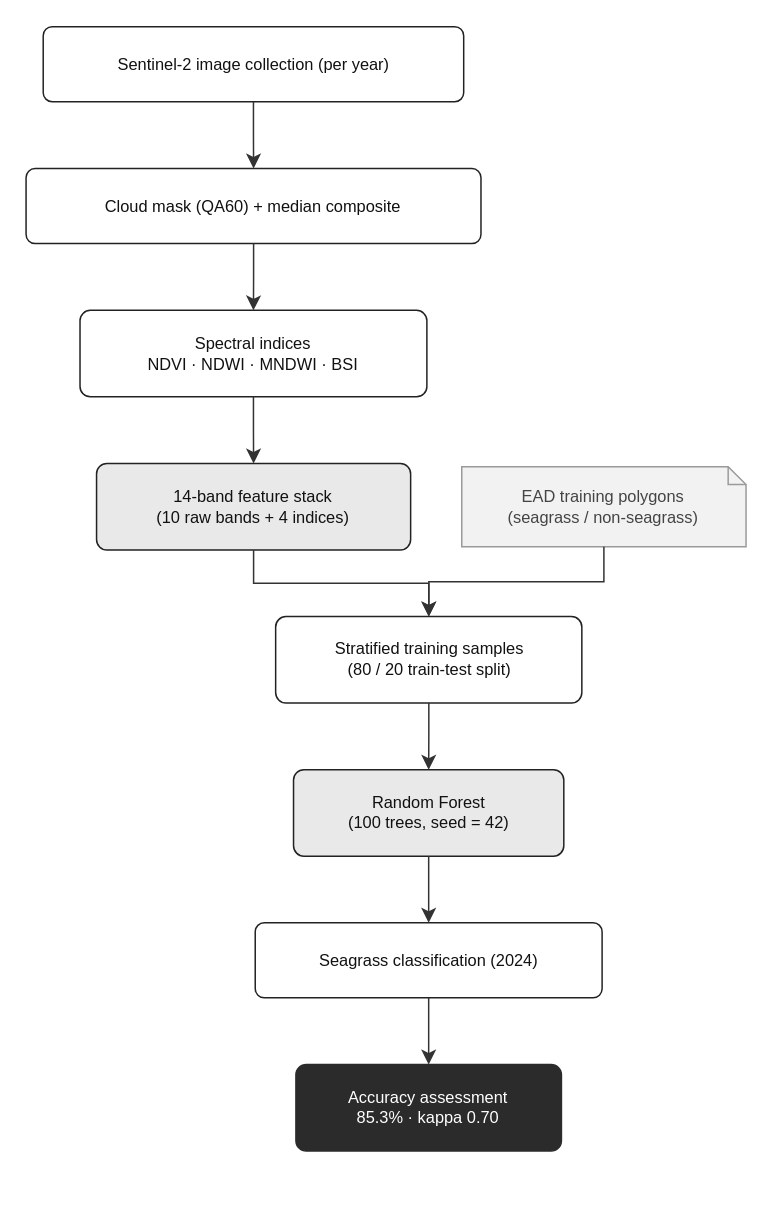
Before: diagrams/3_classification_workflow.drawio in AbdulkarimBisharah/dugong-uae, a draw.io diagram. Source tidied: cells renumbered, new cells numbered last; positions are measured from the earlier drawing's top-left corner, leaving out a move shared by most shapes. Both pictures are drawn from the tidied source at 149%, with x=0, y=0 at pixel (25, 25).
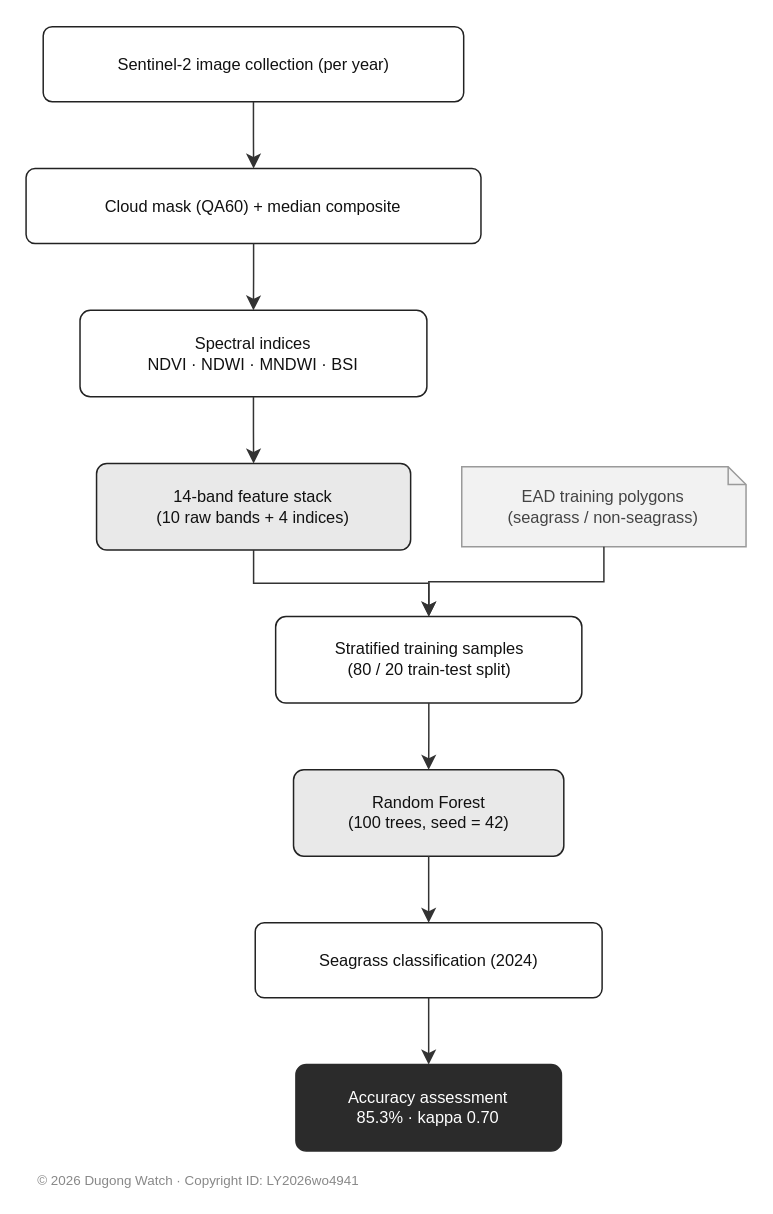
The same page after the edit.

Change to the diagram source:
```diff
@@
 <mxGraphModel>
   <root>
     <mxCell id="0" />
     <mxCell id="1" parent="0" />
     <mxCell id="2" value="Sentinel-2 image collection (per year)" style="rounded=1;arcSize=12;whiteSpace=wrap;html=1;fontFamily=Helvetica;fontSize=11;fontColor=#111111;fillColor=#ffffff;strokeColor=#222222;" parent="1" vertex="1">
       <mxGeometry x="11.5" y="0.4" width="282.2" height="50.4" as="geometry" />
     </mxCell>
     <mxCell id="3" value="Cloud mask (QA60) + median composite" style="rounded=1;arcSize=12;whiteSpace=wrap;html=1;fontFamily=Helvetica;fontSize=11;fontColor=#111111;fillColor=#ffffff;strokeColor=#222222;" parent="1" vertex="1">
       <mxGeometry y="95.6" width="305.3" height="50.4" as="geometry" />
     </mxCell>
     <mxCell id="4" value="Spectral indices&lt;br&gt;NDVI · NDWI · MNDWI · BSI" style="rounded=1;arcSize=12;whiteSpace=wrap;html=1;fontFamily=Helvetica;fontSize=11;fontColor=#111111;fillColor=#ffffff;strokeColor=#222222;" parent="1" vertex="1">
       <mxGeometry x="36.2" y="190.8" width="232.8" height="58" as="geometry" />
     </mxCell>
     <mxCell id="5" value="14-band feature stack&lt;br&gt;(10 raw bands + 4 indices)" style="rounded=1;arcSize=12;whiteSpace=wrap;html=1;fontFamily=Helvetica;fontSize=11;fontColor=#111111;fillColor=#e9e9e9;strokeColor=#222222;" parent="1" vertex="1">
       <mxGeometry x="47.3" y="293.6" width="210.8" height="58" as="geometry" />
     </mxCell>
     <mxCell id="6" value="EAD training polygons&lt;br&gt;(seagrass / non-seagrass)" style="shape=note;whiteSpace=wrap;html=1;fontFamily=Helvetica;fontSize=11;fontColor=#444444;fillColor=#f2f2f2;strokeColor=#9a9a9a;size=12;" parent="1" vertex="1">
       <mxGeometry x="292.4" y="295.7" width="190.8" height="53.8" as="geometry" />
     </mxCell>
     <mxCell id="7" value="Stratified training samples&lt;br&gt;(80 / 20 train-test split)" style="rounded=1;arcSize=12;whiteSpace=wrap;html=1;fontFamily=Helvetica;fontSize=11;fontColor=#111111;fillColor=#ffffff;strokeColor=#222222;" parent="1" vertex="1">
       <mxGeometry x="167.5" y="396.3" width="205.5" height="58" as="geometry" />
     </mxCell>
     <mxCell id="8" value="Random Forest&lt;br&gt;(100 trees, seed = 42)" style="rounded=1;arcSize=12;whiteSpace=wrap;html=1;fontFamily=Helvetica;fontSize=11;fontColor=#111111;fillColor=#e9e9e9;strokeColor=#222222;" parent="1" vertex="1">
       <mxGeometry x="179.5" y="499.1" width="181.4" height="58" as="geometry" />
     </mxCell>
     <mxCell id="9" value="Seagrass classification (2024)" style="rounded=1;arcSize=12;whiteSpace=wrap;html=1;fontFamily=Helvetica;fontSize=11;fontColor=#111111;fillColor=#ffffff;strokeColor=#222222;" parent="1" vertex="1">
       <mxGeometry x="153.8" y="601.8" width="232.8" height="50.4" as="geometry" />
     </mxCell>
     <mxCell id="10" value="Accuracy assessment&lt;br&gt;85.3%  ·  kappa 0.70" style="rounded=1;arcSize=12;whiteSpace=wrap;html=1;fontFamily=Helvetica;fontSize=11;fontColor=white;fillColor=#2b2b2b;strokeColor=#2b2b2b;" parent="1" vertex="1">
       <mxGeometry x="181.1" y="697" width="178.2" height="58" as="geometry" />
     </mxCell>
     <mxCell id="11" style="edgeStyle=orthogonalEdgeStyle;rounded=0;html=1;strokeColor=#333333;endArrow=classic;endSize=7;fontFamily=Helvetica;fontSize=10;fontColor=#333333;" parent="1" edge="1" source="2" target="3">
       <mxGeometry relative="1" as="geometry" />
     </mxCell>
     <mxCell id="12" style="edgeStyle=orthogonalEdgeStyle;rounded=0;html=1;strokeColor=#333333;endArrow=classic;endSize=7;fontFamily=Helvetica;fontSize=10;fontColor=#333333;" parent="1" edge="1" source="3" target="4">
       <mxGeometry relative="1" as="geometry" />
     </mxCell>
     <mxCell id="13" style="edgeStyle=orthogonalEdgeStyle;rounded=0;html=1;strokeColor=#333333;endArrow=classic;endSize=7;fontFamily=Helvetica;fontSize=10;fontColor=#333333;" parent="1" edge="1" source="4" target="5">
       <mxGeometry relative="1" as="geometry" />
     </mxCell>
     <mxCell id="14" style="edgeStyle=orthogonalEdgeStyle;rounded=0;html=1;strokeColor=#333333;endArrow=classic;endSize=7;fontFamily=Helvetica;fontSize=10;fontColor=#333333;" parent="1" edge="1" source="6" target="7">
       <mxGeometry relative="1" as="geometry" />
     </mxCell>
     <mxCell id="15" style="edgeStyle=orthogonalEdgeStyle;rounded=0;html=1;strokeColor=#333333;endArrow=classic;endSize=7;fontFamily=Helvetica;fontSize=10;fontColor=#333333;" parent="1" edge="1" source="5" target="7">
       <mxGeometry relative="1" as="geometry" />
     </mxCell>
     <mxCell id="16" style="edgeStyle=orthogonalEdgeStyle;rounded=0;html=1;strokeColor=#333333;endArrow=classic;endSize=7;fontFamily=Helvetica;fontSize=10;fontColor=#333333;" parent="1" edge="1" source="7" target="8">
       <mxGeometry relative="1" as="geometry" />
     </mxCell>
     <mxCell id="17" style="edgeStyle=orthogonalEdgeStyle;rounded=0;html=1;strokeColor=#333333;endArrow=classic;endSize=7;fontFamily=Helvetica;fontSize=10;fontColor=#333333;" parent="1" edge="1" source="8" target="9">
       <mxGeometry relative="1" as="geometry" />
     </mxCell>
     <mxCell id="18" style="edgeStyle=orthogonalEdgeStyle;rounded=0;html=1;strokeColor=#333333;endArrow=classic;endSize=7;fontFamily=Helvetica;fontSize=10;fontColor=#333333;" parent="1" edge="1" source="9" target="10">
       <mxGeometry relative="1" as="geometry" />
     </mxCell>
+    <mxCell id="19" value="© 2026 Dugong Watch · Copyright ID: LY2026wo4941" style="text;html=1;whiteSpace=wrap;align=left;fontFamily=Helvetica;fontSize=9;fontColor=#888888;strokeColor=none;fillColor=none;" parent="1" vertex="1">
+      <mxGeometry x="6" y="762.6" width="400" height="16" as="geometry" />
+    </mxCell>
   </root>
 </mxGraphModel>
```
